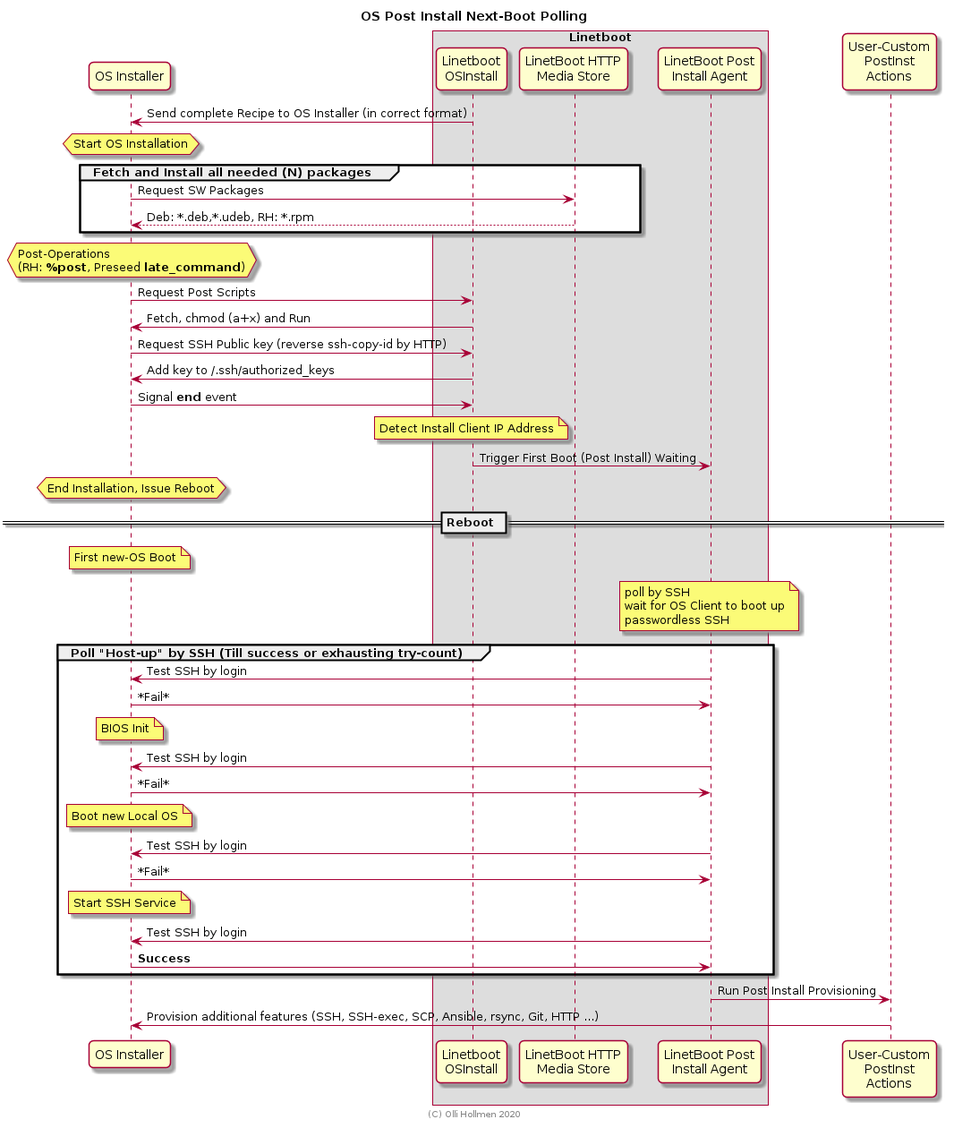
ohollmen/linetboot keeps this PlantUML diagram as doc/postinstall.png. Above is the earlier version.
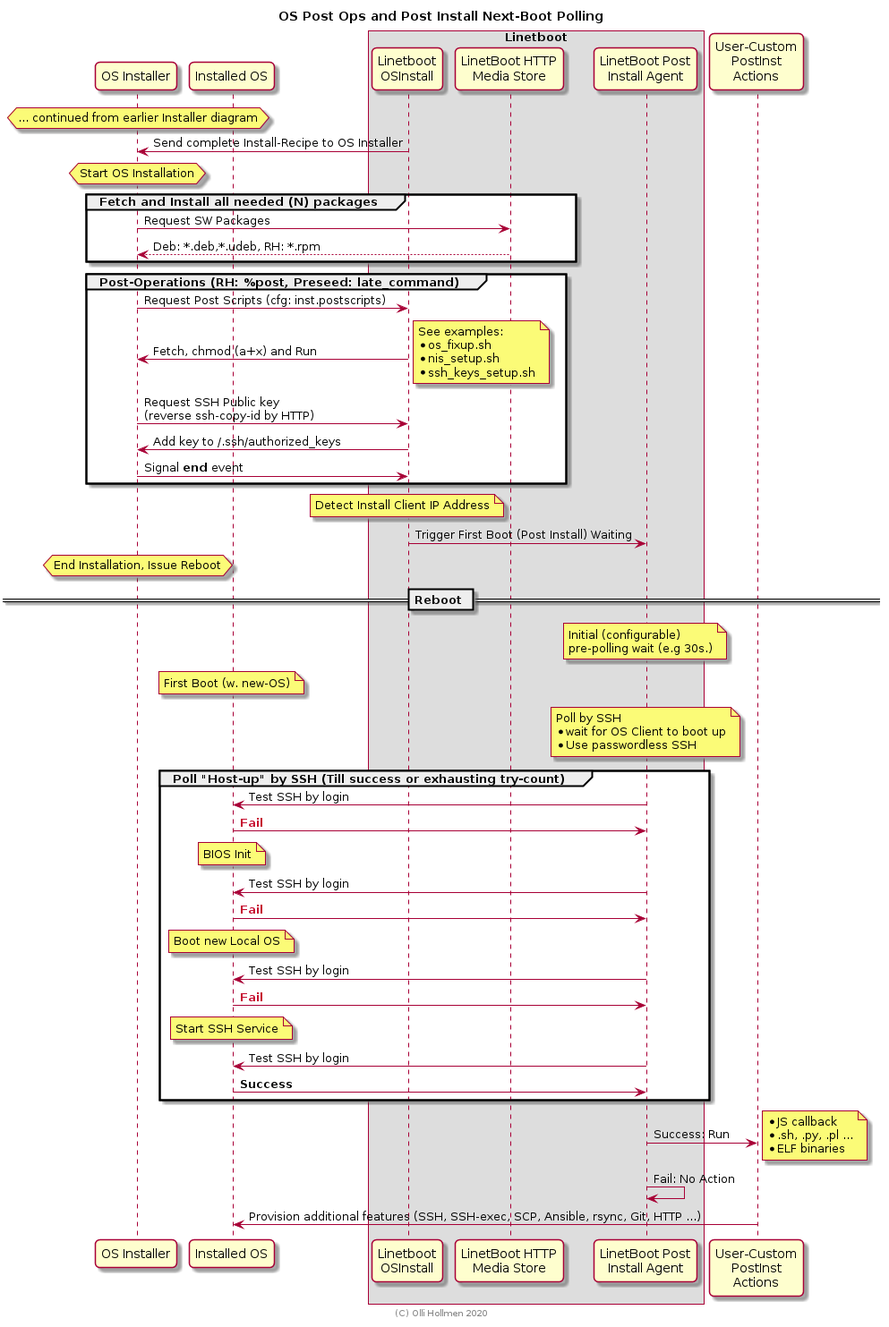
The same diagram one commit later.

Commit message:
Improvements in postinstall diagram.

Diff of the diagram source:
```diff
@@ -1,8 +1,9 @@
 @startuml
 skinparam roundcorner 10
-title OS Post Install Next-Boot Polling
+title OS Post Ops and Post Install Next-Boot Polling
 
 participant "OS Installer" as Client
+participant "Installed OS" as OSClient
 box "Linetboot"
 participant "Linetboot\nOSInstall" as HTTP
 
@@ -15,16 +16,9 @@
 participant "User-Custom\nPostInst\nActions" as exec
 
 
+hnote over Client: ... continued from earlier Installer diagram
 
-
-
-
-
-
-
-
-
-Client <- HTTP: Send complete Recipe to OS Installer (in correct format)
+Client <- HTTP: Send complete Install-Recipe to OS Installer
 
 hnote over Client: Start OS Installation
 
@@ -34,49 +28,59 @@
 Client <-- media: Deb: *.deb,*.udeb, RH: *.rpm
 end
 
-hnote over Client: Post-Operations\n(RH: **%post**, Preseed **late_command**)
 
-Client -> HTTP: Request Post Scripts
+group Post-Operations (RH: **%post**, Preseed: **late_command**)
+Client -> HTTP: Request Post Scripts (cfg: inst.postscripts)
 Client <- HTTP: Fetch, chmod (a+x) and Run
+note right: See examples:\n*os_fixup.sh\n*nis_setup.sh\n*ssh_keys_setup.sh
 
-Client -> HTTP: Request SSH Public key (reverse ssh-copy-id by HTTP)
+Client -> HTTP: Request SSH Public key\n(reverse ssh-copy-id by HTTP)
 Client <- HTTP: Add key to ~/.ssh/authorized_keys
 
 Client -> HTTP: Signal **end** event
+
+end
+
 note over HTTP: Detect Install Client IP Address
 HTTP -> pi: Trigger First Boot (Post Install) Waiting
 
 hnote over Client: End Installation, Issue Reboot
+
 == Reboot ==
-note over Client: First new-OS Boot
-note over pi: poll by SSH\nwait for OS Client to boot up\npasswordless SSH
+
+note over pi: Initial (configurable)\npre-polling wait (e.g 30s.)
+note over OSClient: First Boot (w. new-OS)
+note over pi: Poll by SSH\n* wait for OS Client to boot up\n* Use passwordless SSH
 
 group Poll "Host-up" by SSH (Till success or exhausting try-count)
 
-Client <- pi: Test SSH by login
-Client -> pi: *Fail*
+OSClient <- pi: Test SSH by login
+OSClient -> pi: <color:#C60C30>**Fail**</color>
 
-note over Client: BIOS Init
+note over OSClient: BIOS Init
 
-Client <- pi: Test SSH by login
-Client -> pi: *Fail*
+OSClient <- pi: Test SSH by login
+OSClient -> pi: <color:#C60C30>**Fail**</color>
 
-note over Client:Boot new Local OS
+note over OSClient:Boot new Local OS
 
-Client <- pi: Test SSH by login
-Client -> pi: *Fail*
+OSClient <- pi: Test SSH by login
+OSClient -> pi: <color:#C60C30>**Fail**</color>
 
-note over Client:Start SSH Service
+note over OSClient:Start SSH Service
 
-Client <- pi: Test SSH by login
-Client -> pi: **Success**
+OSClient <- pi: Test SSH by login
+OSClient -> pi: **Success**
 
 end
 
-pi -> exec: Run Post Install Provisioning
+
+pi -> exec: Success: Run
+note right: * JS callback\n* .sh, .py, .pl ...\n* ELF binaries
+pi -> pi: Fail: No Action
 
 
-exec -> Client: Provision additional features (SSH, SSH-exec, SCP, Ansible, rsync, Git, HTTP ...)
+exec -> OSClient: Provision additional features (SSH, SSH-exec, SCP, Ansible, rsync, Git, HTTP ...)
 
 
 
```
